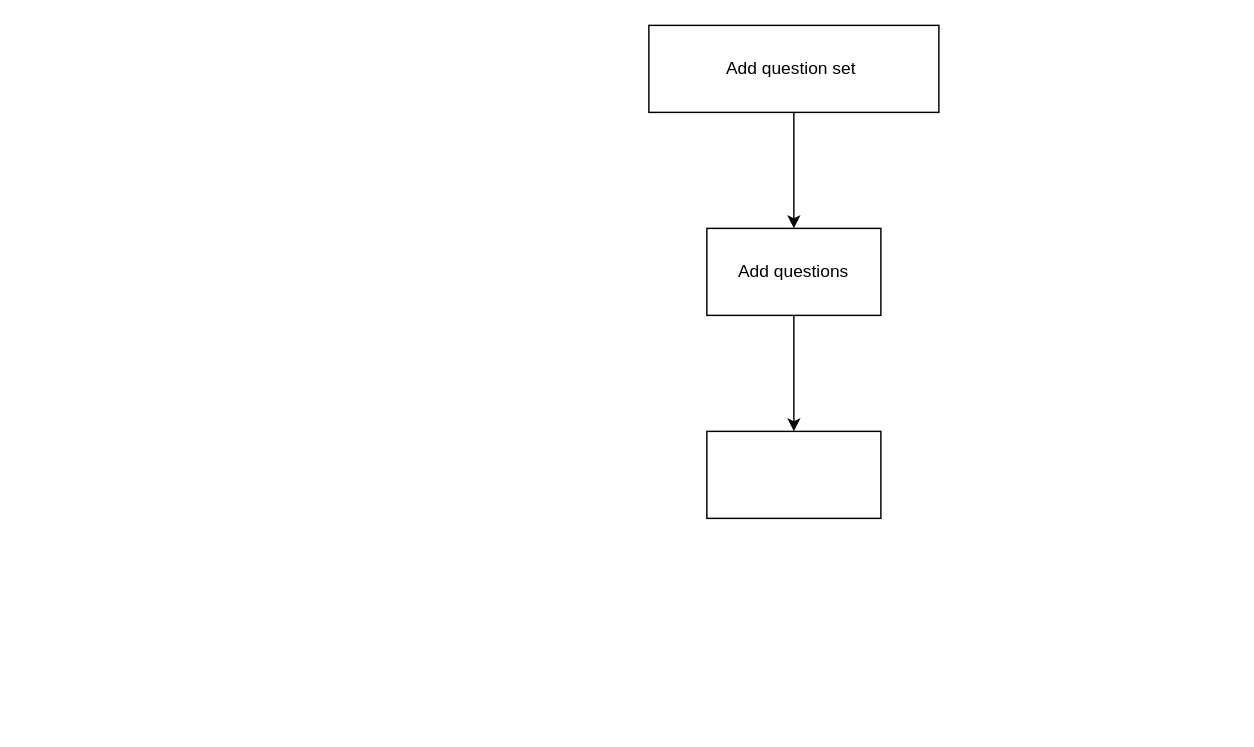
Sonubairwa2021/single-page-website keeps this draw.io diagram as Untitled Diagram.drawio. Above is the earlier version. Source tidied: cells renumbered, new cells numbered last; positions are measured from the earlier drawing's top-left corner, leaving out a move shared by most shapes. Both pictures are drawn from the tidied source at 145%, with x=0, y=0 at pixel (648, 25).
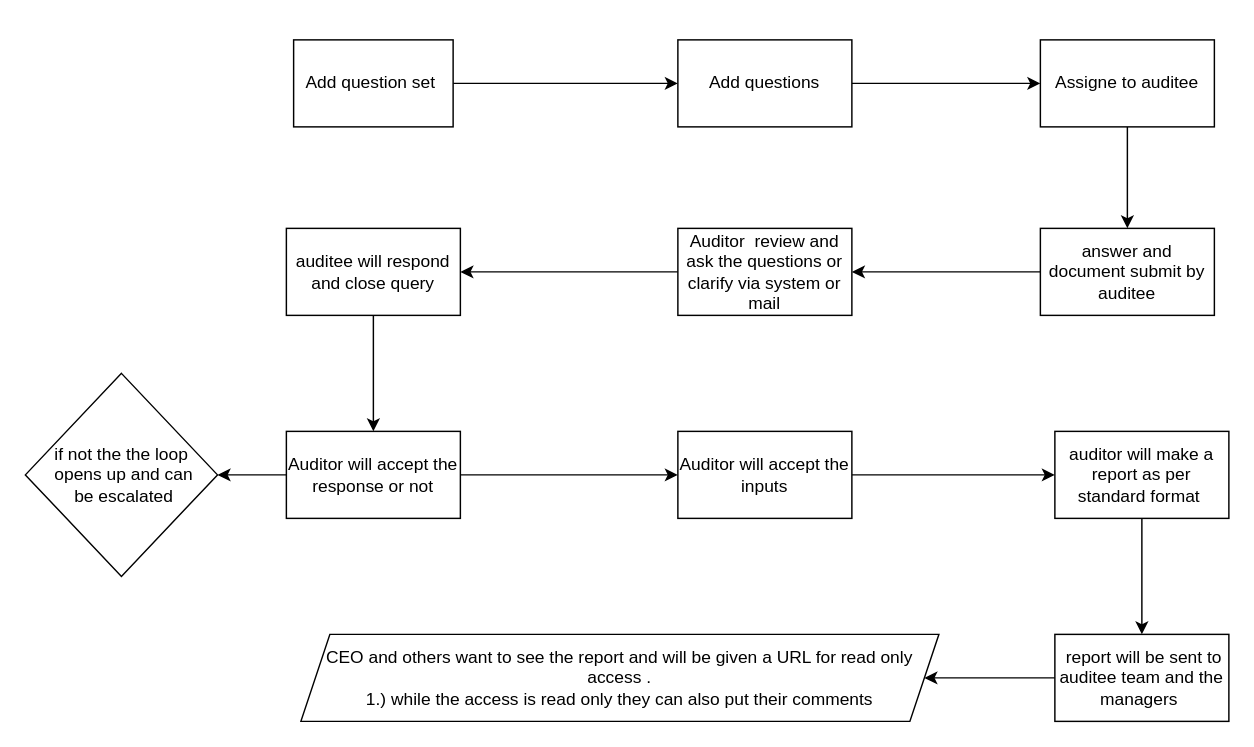
The same page after the edit.

The edit, as a diff of the source:
```diff
@@
     <mxCell id="3" value="Add question set&amp;nbsp;" style="rounded=0;whiteSpace=wrap;html=1;" parent="1" vertex="1">
-      <mxGeometry width="200" height="60" as="geometry" />
+      <mxGeometry x="-245" y="10" width="110" height="60" as="geometry" />
     </mxCell>
@@
     <mxCell id="5" value="Add questions" style="whiteSpace=wrap;html=1;rounded=0;" parent="1" vertex="1">
-      <mxGeometry x="40" y="140" width="120" height="60" as="geometry" />
+      <mxGeometry x="20" y="10" width="120" height="60" as="geometry" />
     </mxCell>
+    <mxCell id="7" style="edgeStyle=orthogonalEdgeStyle;rounded=0;jettySize=auto;html=1;fontSize=16;" parent="1" edge="1" source="6" target="9">
+      <mxGeometry relative="1" as="geometry" />
+    </mxCell>
-    <mxCell id="6" style="whiteSpace=wrap;html=1;rounded=0;" parent="1" vertex="1">
-      <mxGeometry x="40" y="280" width="120" height="60" as="geometry" />
+    <mxCell id="6" value="Assigne to auditee" style="whiteSpace=wrap;html=1;rounded=0;" parent="1" vertex="1">
+      <mxGeometry x="270" y="10" width="120" height="60" as="geometry" />
     </mxCell>
+    <mxCell id="8" style="edgeStyle=orthogonalEdgeStyle;rounded=0;jettySize=auto;html=1;fontSize=16;" parent="1" edge="1" source="9" target="11">
+      <mxGeometry relative="1" as="geometry" />
+    </mxCell>
+    <mxCell id="9" value="answer and document submit by auditee" style="whiteSpace=wrap;html=1;rounded=0;" parent="1" vertex="1">
+      <mxGeometry x="270" y="140" width="120" height="60" as="geometry" />
+    </mxCell>
+    <mxCell id="10" style="edgeStyle=orthogonalEdgeStyle;rounded=0;jettySize=auto;html=1;fontSize=16;" parent="1" edge="1" source="11" target="13">
+      <mxGeometry relative="1" as="geometry" />
+    </mxCell>
+    <mxCell id="11" value="Auditor &amp;nbsp;review and ask the questions or clarify via system or mail" style="whiteSpace=wrap;html=1;rounded=0;" parent="1" vertex="1">
+      <mxGeometry x="20" y="140" width="120" height="60" as="geometry" />
+    </mxCell>
+    <mxCell id="12" style="edgeStyle=orthogonalEdgeStyle;rounded=0;jettySize=auto;html=1;fontSize=16;" parent="1" edge="1" source="13" target="16">
+      <mxGeometry relative="1" as="geometry" />
+    </mxCell>
+    <mxCell id="13" value="auditee will respond and close query" style="whiteSpace=wrap;html=1;rounded=0;" parent="1" vertex="1">
+      <mxGeometry x="-250" y="140" width="120" height="60" as="geometry" />
+    </mxCell>
+    <mxCell id="14" style="edgeStyle=orthogonalEdgeStyle;rounded=0;jettySize=auto;html=1;fontSize=16;" parent="1" edge="1" source="16" target="18">
+      <mxGeometry relative="1" as="geometry" />
+    </mxCell>
+    <mxCell id="15" style="edgeStyle=orthogonalEdgeStyle;rounded=0;jettySize=auto;html=1;fontSize=16;" parent="1" edge="1" source="16" target="19">
+      <mxGeometry relative="1" as="geometry" />
+    </mxCell>
+    <mxCell id="16" value="Auditor will accept the response or not" style="whiteSpace=wrap;html=1;rounded=0;" parent="1" vertex="1">
+      <mxGeometry x="-250" y="280" width="120" height="60" as="geometry" />
+    </mxCell>
+    <mxCell id="17" style="edgeStyle=orthogonalEdgeStyle;rounded=0;jettySize=auto;html=1;fontSize=16;" parent="1" edge="1" source="18" target="21">
+      <mxGeometry relative="1" as="geometry" />
+    </mxCell>
+    <mxCell id="18" value="Auditor will accept the inputs" style="whiteSpace=wrap;html=1;rounded=0;" parent="1" vertex="1">
+      <mxGeometry x="20" y="280" width="120" height="60" as="geometry" />
+    </mxCell>
+    <mxCell id="19" value="&lt;div&gt;if not the the loop&lt;/div&gt;&lt;div&gt;&amp;nbsp;opens up and can&lt;/div&gt;&lt;div&gt;&amp;nbsp;be escalated&lt;/div&gt;" style="rhombus;whiteSpace=wrap;html=1;rounded=0;align=center;" parent="1" vertex="1">
+      <mxGeometry x="-430" y="240" width="132.5" height="140" as="geometry" />
+    </mxCell>
+    <mxCell id="20" style="edgeStyle=orthogonalEdgeStyle;rounded=0;jettySize=auto;html=1;fontSize=16;" parent="1" edge="1" source="21" target="23">
+      <mxGeometry relative="1" as="geometry" />
+    </mxCell>
+    <mxCell id="21" value="auditor will make a report as per standard format&amp;nbsp;" style="whiteSpace=wrap;html=1;rounded=0;" parent="1" vertex="1">
+      <mxGeometry x="280" y="280" width="120" height="60" as="geometry" />
+    </mxCell>
+    <mxCell id="22" style="edgeStyle=orthogonalEdgeStyle;rounded=0;jettySize=auto;html=1;fontSize=16;" parent="1" edge="1" source="23" target="24">
+      <mxGeometry relative="1" as="geometry" />
+    </mxCell>
+    <mxCell id="23" value="&amp;nbsp;report will be sent to auditee team and the managers&amp;nbsp;" style="whiteSpace=wrap;html=1;rounded=0;" parent="1" vertex="1">
+      <mxGeometry x="280" y="420" width="120" height="60" as="geometry" />
+    </mxCell>
+    <mxCell id="24" value="CEO and others want to see the report and will be given a URL for read only access .&lt;br&gt;1.) while the access is read only they can also put their comments&lt;br&gt;" style="shape=parallelogram;perimeter=parallelogramPerimeter;whiteSpace=wrap;html=1;fixedSize=1;rounded=0;" parent="1" vertex="1">
+      <mxGeometry x="-240" y="420" width="440" height="60" as="geometry" />
+    </mxCell>
```
